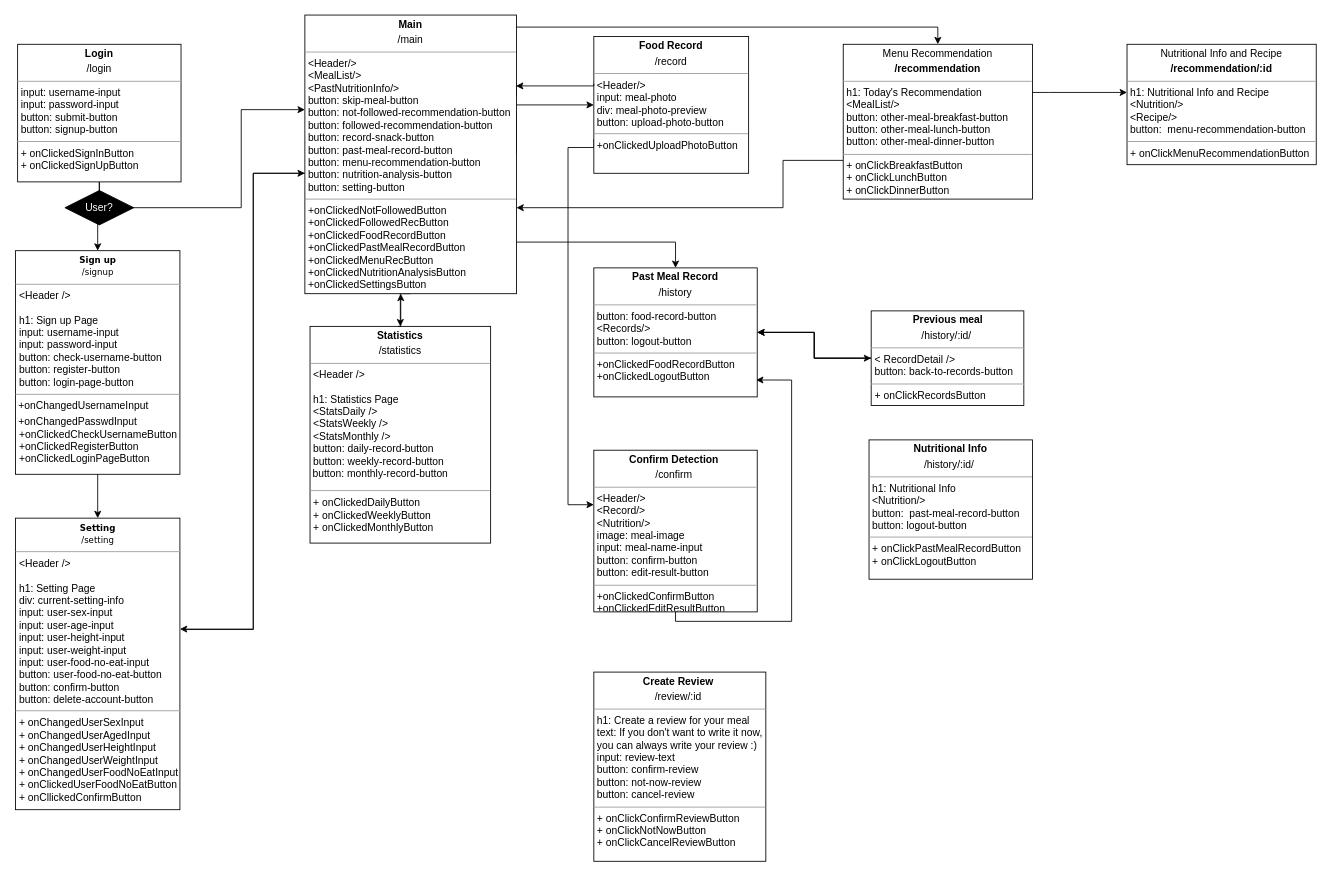
Above: diagrams/Frontend_UML.drawio in swsnu/swpp2021-team5 (draw.io), before the change. Source tidied: cells renumbered, new cells numbered last; positions are measured from the earlier drawing's top-left corner, leaving out a move shared by most shapes. Both pictures are drawn from the tidied source at 86%, with x=0, y=0 at pixel (15, 15).
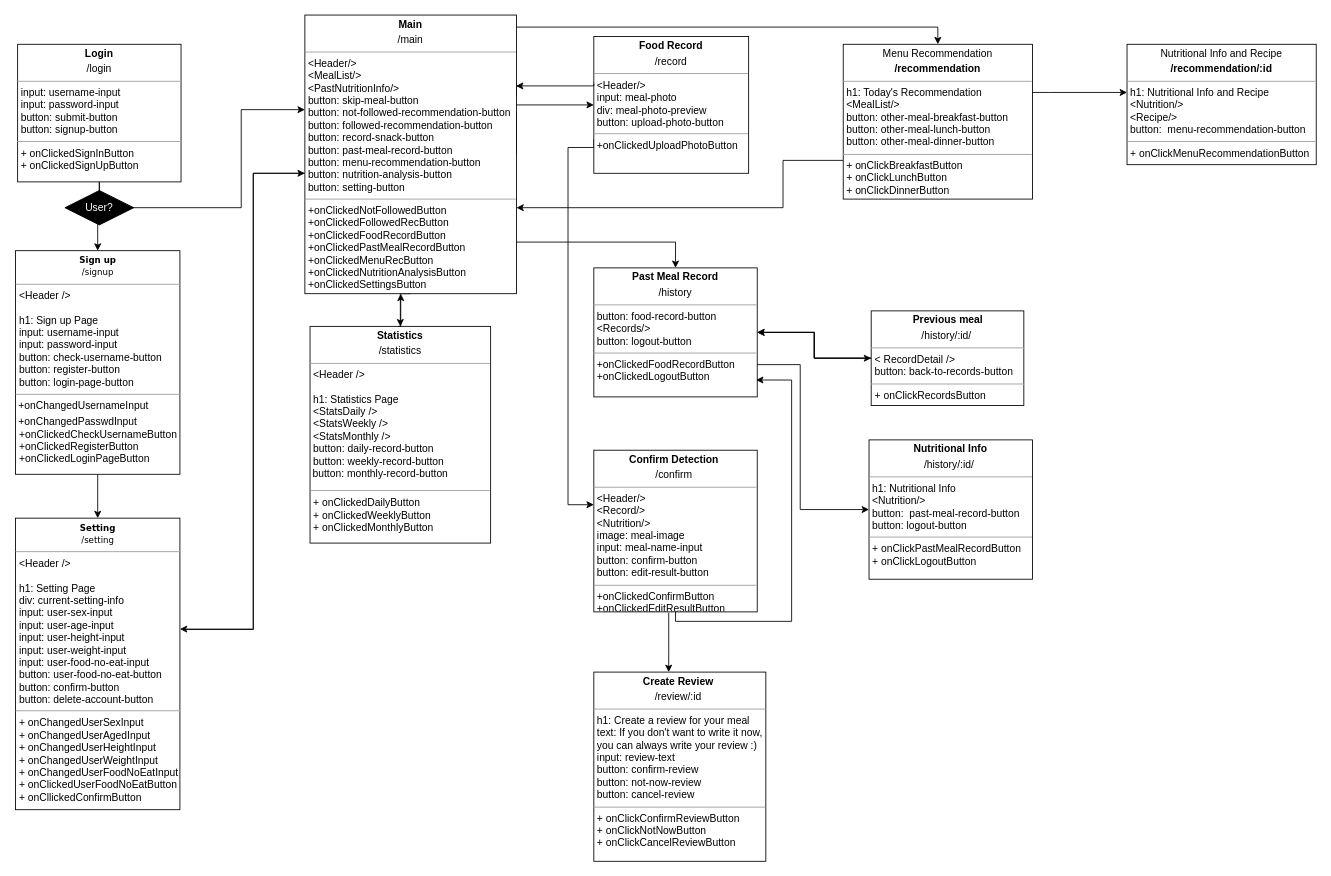
The same page after the edit.

Change to the diagram source:
```diff
@@
+    <mxCell id="34" style="edgeStyle=orthogonalEdgeStyle;rounded=0;orthogonalLoop=1;jettySize=auto;html=1;exitX=1;exitY=0.75;exitDx=0;exitDy=0;entryX=0;entryY=0.5;entryDx=0;entryDy=0;fontColor=#FFFFFF;" parent="1" edge="1">
+      <mxGeometry relative="1" as="geometry">
+        <mxPoint x="862" y="406.5" as="sourcePoint" />
+        <mxPoint x="992" y="575" as="targetPoint" />
+        <Array as="points">
+          <mxPoint x="912" y="407" />
+          <mxPoint x="912" y="575" />
+        </Array>
+      </mxGeometry>
+    </mxCell>
+    <mxCell id="35" style="edgeStyle=orthogonalEdgeStyle;rounded=0;orthogonalLoop=1;jettySize=auto;html=1;entryX=0.5;entryY=0;entryDx=0;entryDy=0;" parent="1" edge="1">
+      <mxGeometry relative="1" as="geometry">
+        <mxPoint x="759.1" y="695" as="sourcePoint" />
+        <mxPoint x="759" y="764" as="targetPoint" />
+        <Array as="points">
+          <mxPoint x="759" y="744" />
+          <mxPoint x="759" y="744" />
+        </Array>
+      </mxGeometry>
+    </mxCell>
```
